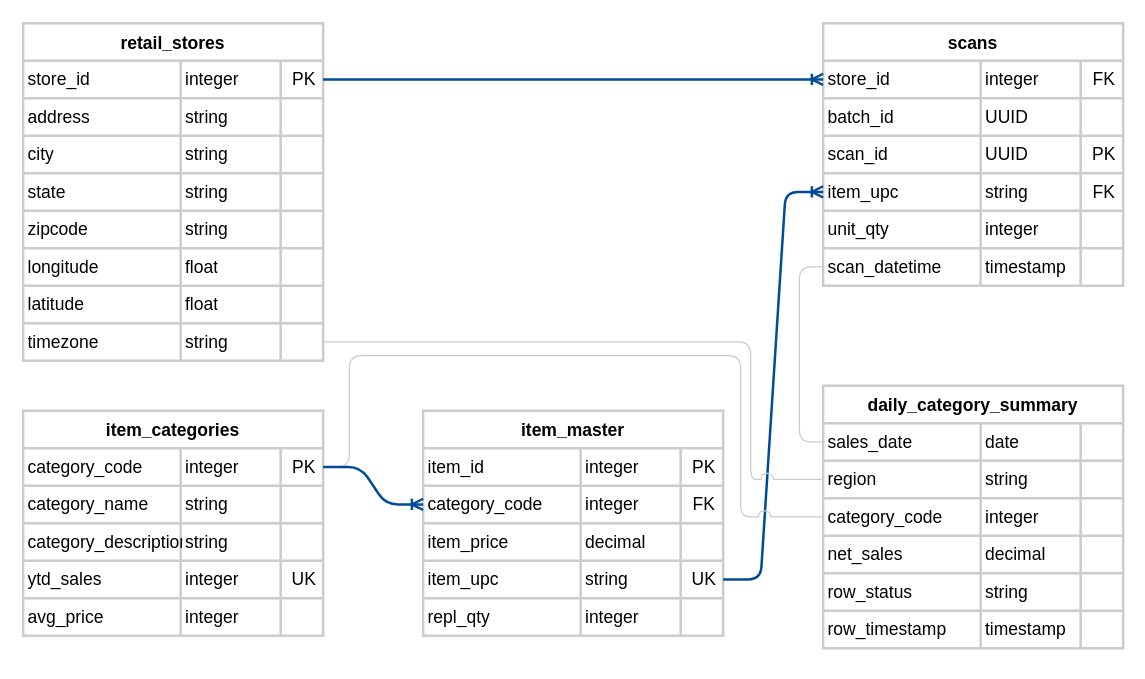
The draw.io diagram page "tables" (1 of 3) of doc/images/diagrams.drawio in corourke/acme, before the edit. Source tidied: cells renumbered, new cells numbered last; positions are measured from the earlier drawing's top-left corner, leaving out a move shared by most shapes. Both pictures are drawn from the tidied source at 125%, with x=0, y=0 at pixel (22, 22).
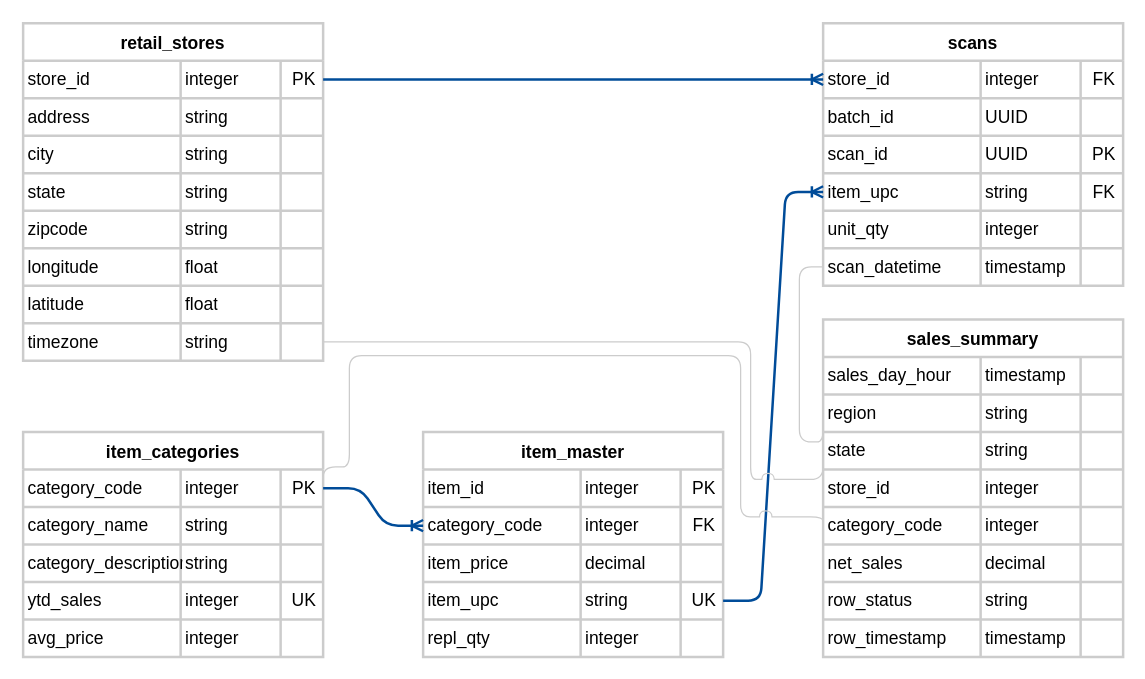
The same diagram, later.

Unchanged cells that the change refers to:
```xml
<mxCell id="104" style="shape=tableRow;horizontal=0;startSize=0;swimlaneHead=0;swimlaneBody=0;strokeColor=#CCCCCC;top=0;left=0;bottom=0;right=0;fillColor=none;points=[[0,0.5],[1,0.5]];portConstraint=eastwest;fontSize=14;" parent="103" vertex="1">
  <mxGeometry y="30" width="240" height="30" as="geometry" />
</mxCell>
```

Diff of the diagram source:
```diff
@@
     <mxCell id="60" value="item_master" style="shape=table;startSize=30;childLayout=tableLayout;strokeColor=#CCCCCC;fontSize=14;fontStyle=1;fillColor=default;align=center;strokeWidth=2;perimeterSpacing=1;" parent="1" vertex="1">
-      <mxGeometry x="320" y="310" width="240" height="180" as="geometry" />
+      <mxGeometry x="320" y="327" width="240" height="180" as="geometry" />
     </mxCell>
@@
     <mxCell id="81" value="item_categories" style="shape=table;startSize=30;childLayout=tableLayout;strokeColor=#CCCCCC;fontSize=14;fontStyle=1;fillColor=default;align=center;strokeWidth=2;perimeterSpacing=1;" parent="1" vertex="1">
-      <mxGeometry y="310" width="240" height="180" as="geometry" />
+      <mxGeometry y="327" width="240" height="180" as="geometry" />
     </mxCell>
@@
-    <mxCell id="103" value="daily_category_summary" style="shape=table;startSize=30;childLayout=tableLayout;strokeColor=#CCCCCC;fontSize=14;fontStyle=1;fillColor=default;align=center;strokeWidth=2;perimeterSpacing=1;" parent="1" vertex="1">
-      <mxGeometry x="640" y="290" width="240" height="210" as="geometry" />
+    <mxCell id="103" value="sales_summary" style="shape=table;startSize=30;childLayout=tableLayout;strokeColor=#CCCCCC;fontSize=14;fontStyle=1;fillColor=default;align=center;strokeWidth=2;perimeterSpacing=1;" parent="1" vertex="1">
+      <mxGeometry x="640" y="237" width="240" height="270" as="geometry" />
     </mxCell>
@@
-    <mxCell id="105" value="sales_date" style="shape=partialRectangle;html=1;whiteSpace=wrap;overflow=hidden;top=0;left=0;bottom=0;right=0;fontSize=14;fillColor=none;strokeColor=#CCCCCC;align=left;perimeterSpacing=0;spacing=0;spacingLeft=4;" parent="104" vertex="1">
+    <mxCell id="105" value="sales_day_hour" style="shape=partialRectangle;html=1;whiteSpace=wrap;overflow=hidden;top=0;left=0;bottom=0;right=0;fontSize=14;fillColor=none;strokeColor=#CCCCCC;align=left;perimeterSpacing=0;spacing=0;spacingLeft=4;" parent="104" vertex="1">
       <mxGeometry width="126" height="30" as="geometry" />
     </mxCell>
-    <mxCell id="106" value="date" style="shape=partialRectangle;html=1;whiteSpace=wrap;overflow=hidden;top=0;left=0;bottom=0;right=0;fontSize=14;fillColor=none;strokeColor=#CCCCCC;perimeterSpacing=0;spacing=0;spacingLeft=4;align=left;" parent="104" vertex="1">
+    <mxCell id="106" value="timestamp" style="shape=partialRectangle;html=1;whiteSpace=wrap;overflow=hidden;top=0;left=0;bottom=0;right=0;fontSize=14;fillColor=none;strokeColor=#CCCCCC;perimeterSpacing=0;spacing=0;spacingLeft=4;align=left;" parent="104" vertex="1">
       <mxGeometry x="126" width="80" height="30" as="geometry" />
     </mxCell>
@@
+    <mxCell id="133" style="shape=tableRow;horizontal=0;startSize=0;swimlaneHead=0;swimlaneBody=0;strokeColor=#CCCCCC;top=0;left=0;bottom=0;right=0;fillColor=none;fontSize=14;" parent="103" vertex="1">
+      <mxGeometry y="90" width="240" height="30" as="geometry" />
+    </mxCell>
+    <mxCell id="134" value="state" style="shape=partialRectangle;html=1;whiteSpace=wrap;overflow=hidden;top=0;left=0;bottom=0;right=0;fontSize=14;fillColor=none;strokeColor=#CCCCCC;align=left;perimeterSpacing=0;spacing=0;spacingLeft=4;" parent="133" vertex="1">
+      <mxGeometry width="126" height="30" as="geometry" />
+    </mxCell>
+    <mxCell id="135" value="string" style="shape=partialRectangle;html=1;whiteSpace=wrap;overflow=hidden;top=0;left=0;bottom=0;right=0;fontSize=14;fillColor=none;strokeColor=inherit;perimeterSpacing=0;spacing=0;spacingLeft=4;align=left;" parent="133" vertex="1">
+      <mxGeometry x="126" width="80" height="30" as="geometry" />
+    </mxCell>
+    <mxCell id="136" style="shape=partialRectangle;html=1;whiteSpace=wrap;overflow=hidden;top=0;left=0;bottom=0;right=0;fontSize=14;fillColor=none;strokeColor=#CCCCCC;perimeterSpacing=0;spacing=0;spacingLeft=4;" parent="133" vertex="1">
+      <mxGeometry x="206" width="34" height="30" as="geometry" />
+    </mxCell>
+    <mxCell id="137" style="shape=tableRow;horizontal=0;startSize=0;swimlaneHead=0;swimlaneBody=0;strokeColor=#CCCCCC;top=0;left=0;bottom=0;right=0;fillColor=none;fontSize=14;" parent="103" vertex="1">
+      <mxGeometry y="120" width="240" height="30" as="geometry" />
+    </mxCell>
+    <mxCell id="138" value="store_id" style="shape=partialRectangle;html=1;whiteSpace=wrap;overflow=hidden;top=0;left=0;bottom=0;right=0;fontSize=14;fillColor=none;strokeColor=#CCCCCC;align=left;perimeterSpacing=0;spacing=0;spacingLeft=4;" parent="137" vertex="1">
+      <mxGeometry width="126" height="30" as="geometry" />
+    </mxCell>
+    <mxCell id="139" value="integer" style="shape=partialRectangle;html=1;whiteSpace=wrap;overflow=hidden;top=0;left=0;bottom=0;right=0;fontSize=14;fillColor=none;strokeColor=inherit;perimeterSpacing=0;spacing=0;spacingLeft=4;align=left;" parent="137" vertex="1">
+      <mxGeometry x="126" width="80" height="30" as="geometry" />
+    </mxCell>
+    <mxCell id="140" style="shape=partialRectangle;html=1;whiteSpace=wrap;overflow=hidden;top=0;left=0;bottom=0;right=0;fontSize=14;fillColor=none;strokeColor=#CCCCCC;perimeterSpacing=0;spacing=0;spacingLeft=4;" parent="137" vertex="1">
+      <mxGeometry x="206" width="34" height="30" as="geometry" />
+    </mxCell>
     <mxCell id="112" style="shape=tableRow;horizontal=0;startSize=0;swimlaneHead=0;swimlaneBody=0;strokeColor=#CCCCCC;top=0;left=0;bottom=0;right=0;fillColor=none;points=[[0,0.5],[1,0.5]];portConstraint=eastwest;fontSize=14;" parent="103" vertex="1">
-      <mxGeometry y="90" width="240" height="30" as="geometry" />
+      <mxGeometry y="150" width="240" height="30" as="geometry" />
     </mxCell>
@@
     <mxCell id="116" style="shape=tableRow;horizontal=0;startSize=0;swimlaneHead=0;swimlaneBody=0;strokeColor=#CCCCCC;top=0;left=0;bottom=0;right=0;fillColor=none;fontSize=14;" parent="103" vertex="1">
-      <mxGeometry y="120" width="240" height="30" as="geometry" />
+      <mxGeometry y="180" width="240" height="30" as="geometry" />
     </mxCell>
@@
     <mxCell id="120" style="shape=tableRow;horizontal=0;startSize=0;swimlaneHead=0;swimlaneBody=0;strokeColor=#CCCCCC;top=0;left=0;bottom=0;right=0;fillColor=none;fontSize=14;" parent="103" vertex="1">
-      <mxGeometry y="150" width="240" height="30" as="geometry" />
+      <mxGeometry y="210" width="240" height="30" as="geometry" />
     </mxCell>
@@
     <mxCell id="124" style="shape=tableRow;horizontal=0;startSize=0;swimlaneHead=0;swimlaneBody=0;strokeColor=#CCCCCC;top=0;left=0;bottom=0;right=0;fillColor=none;fontSize=14;" parent="103" vertex="1">
-      <mxGeometry y="180" width="240" height="30" as="geometry" />
+      <mxGeometry y="240" width="240" height="30" as="geometry" />
     </mxCell>
```
